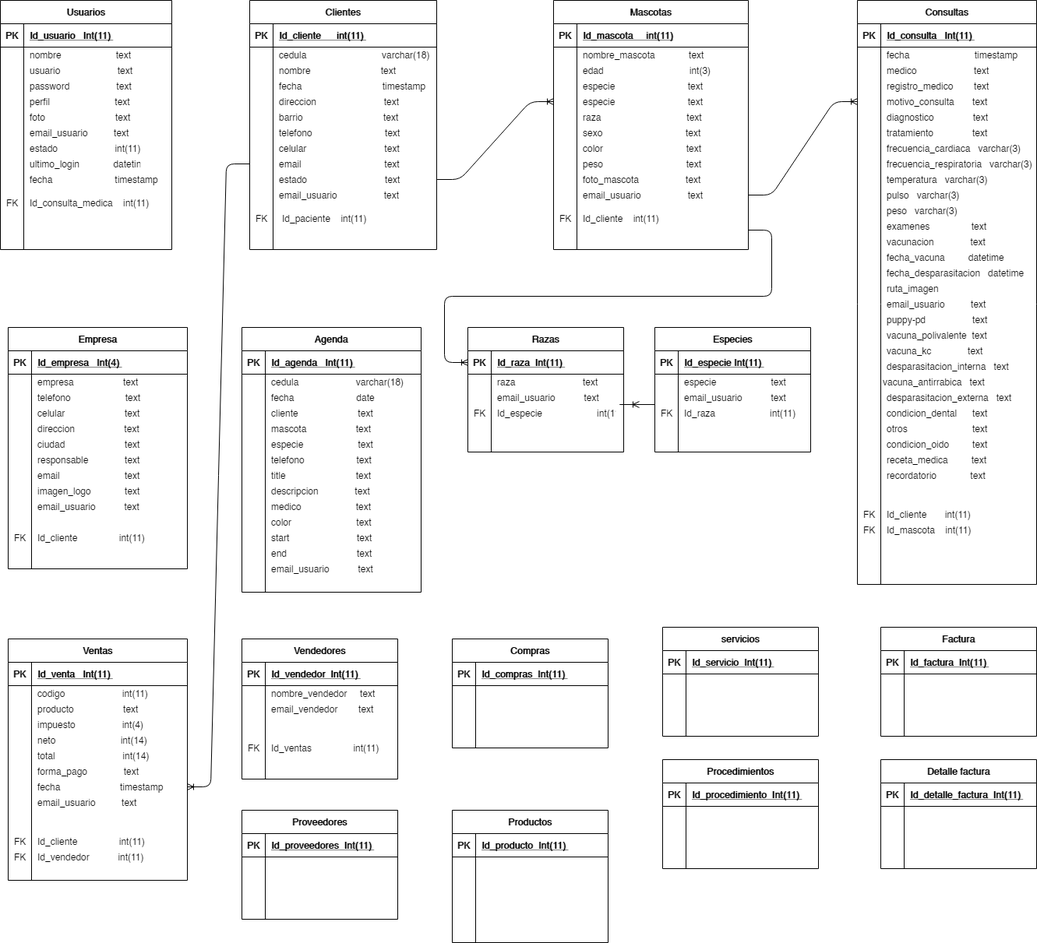
This is Untitled Diagram.png from heberthm/ejemplos-blog, a draw.io export, as it was before one commit. Source tidied: cells renumbered, new cells last; positions are measured from the earlier drawing's top-left corner, leaving out a move shared by most shapes.
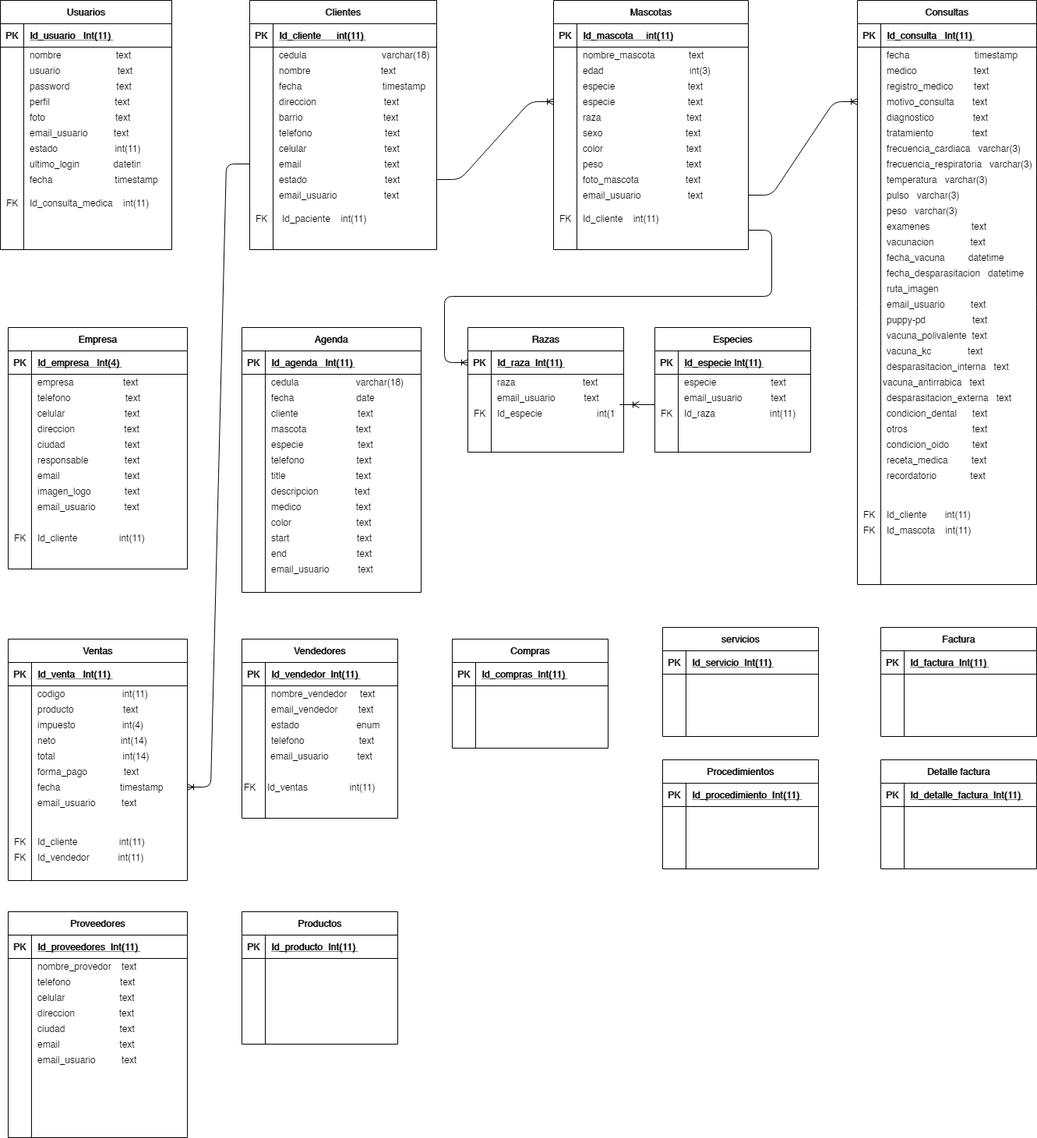
Later version of the same file.

Change to the diagram source:
```diff
@@ -830,7 +830,7 @@
       <mxGeometry x="10" y="1090" width="40" height="20" as="geometry" />
     </mxCell>
     <mxCell id="277" value="Vendedores" style="shape=table;startSize=30;rowLines=0;fontStyle=1;align=center;" parent="1" vertex="1">
-      <mxGeometry x="310" y="820" width="200" height="180" as="geometry" />
+      <mxGeometry x="310" y="820" width="200" height="230" as="geometry" />
     </mxCell>
     <mxCell id="278" style="shape=partialRectangle;fillColor=none;top=0;left=0;bottom=1;right=0;" parent="277" vertex="1">
       <mxGeometry y="30" width="200" height="30" as="geometry" />
@@ -860,10 +860,10 @@
       <mxGeometry x="30" width="170" height="20" as="geometry" />
     </mxCell>
     <mxCell id="287" value="Id_ventas                int(11)" style="shape=partialRectangle;overflow=hidden;fillColor=none;top=0;left=0;bottom=0;right=0;align=left;spacingLeft=6;" parent="1" vertex="1">
-      <mxGeometry x="340" y="950" width="210" height="20" as="geometry" />
+      <mxGeometry x="335" y="1000" width="210" height="20" as="geometry" />
     </mxCell>
     <mxCell id="288" value="FK" style="shape=partialRectangle;fillColor=none;top=0;left=0;bottom=0;right=0;align=left;spacingLeft=6;overflow=hidden;" parent="1" vertex="1">
-      <mxGeometry x="310" y="950" width="40" height="20" as="geometry" />
+      <mxGeometry x="305" y="1000" width="40" height="20" as="geometry" />
     </mxCell>
     <mxCell id="289" value="servicios" style="shape=table;startSize=30;rowLines=0;fontStyle=1;align=center;" parent="1" vertex="1">
       <mxGeometry x="850" y="805" width="200" height="140" as="geometry" />
@@ -901,30 +901,6 @@
     <mxCell id="300" value="Id_compras  Int(11) " style="shape=partialRectangle;fillColor=none;top=0;left=0;bottom=0;right=0;align=left;spacingLeft=6;fontStyle=5;overflow=hidden;" parent="298" vertex="1">
       <mxGeometry x="30" width="170" height="30" as="geometry" />
     </mxCell>
-    <mxCell id="301" value="Proveedores" style="shape=table;startSize=30;rowLines=0;fontStyle=1;align=center;" parent="1" vertex="1">
-      <mxGeometry x="310" y="1040" width="200" height="140" as="geometry" />
-    </mxCell>
-    <mxCell id="302" style="shape=partialRectangle;fillColor=none;top=0;left=0;bottom=1;right=0;" parent="301" vertex="1">
-      <mxGeometry y="30" width="200" height="30" as="geometry" />
-    </mxCell>
-    <mxCell id="303" value="PK" style="shape=partialRectangle;fillColor=none;top=0;left=0;bottom=0;right=0;fontStyle=1;overflow=hidden;" parent="302" vertex="1">
-      <mxGeometry width="30" height="30" as="geometry" />
-    </mxCell>
-    <mxCell id="304" value="Id_proveedores  Int(11) " style="shape=partialRectangle;fillColor=none;top=0;left=0;bottom=0;right=0;align=left;spacingLeft=6;fontStyle=5;overflow=hidden;" parent="302" vertex="1">
-      <mxGeometry x="30" width="170" height="30" as="geometry" />
-    </mxCell>
-    <mxCell id="305" value="Productos" style="shape=table;startSize=30;rowLines=0;fontStyle=1;align=center;" parent="1" vertex="1">
-      <mxGeometry x="580" y="1040" width="200" height="170" as="geometry" />
-    </mxCell>
-    <mxCell id="306" style="shape=partialRectangle;fillColor=none;top=0;left=0;bottom=1;right=0;" parent="305" vertex="1">
-      <mxGeometry y="30" width="200" height="30" as="geometry" />
-    </mxCell>
-    <mxCell id="307" value="PK" style="shape=partialRectangle;fillColor=none;top=0;left=0;bottom=0;right=0;fontStyle=1;overflow=hidden;" parent="306" vertex="1">
-      <mxGeometry width="30" height="30" as="geometry" />
-    </mxCell>
-    <mxCell id="308" value="Id_producto  Int(11) " style="shape=partialRectangle;fillColor=none;top=0;left=0;bottom=0;right=0;align=left;spacingLeft=6;fontStyle=5;overflow=hidden;" parent="306" vertex="1">
-      <mxGeometry x="30" width="170" height="30" as="geometry" />
-    </mxCell>
     <mxCell id="309" value="Factura" style="shape=table;startSize=30;rowLines=0;fontStyle=1;align=center;" parent="1" vertex="1">
       <mxGeometry x="1130" y="805" width="200" height="140" as="geometry" />
     </mxCell>
@@ -958,5 +934,74 @@
         <mxPoint x="820" y="519" as="targetPoint" />
       </mxGeometry>
     </mxCell>
+    <mxCell id="301" value="Proveedores" style="shape=table;startSize=30;rowLines=0;fontStyle=1;align=center;" parent="1" vertex="1">
+      <mxGeometry x="10" y="1170" width="230" height="290" as="geometry" />
+    </mxCell>
+    <mxCell id="302" style="shape=partialRectangle;fillColor=none;top=0;left=0;bottom=1;right=0;" parent="301" vertex="1">
+      <mxGeometry y="30" width="230" height="30" as="geometry" />
+    </mxCell>
+    <mxCell id="303" value="PK" style="shape=partialRectangle;fillColor=none;top=0;left=0;bottom=0;right=0;fontStyle=1;overflow=hidden;" parent="302" vertex="1">
+      <mxGeometry width="30" height="30" as="geometry" />
+    </mxCell>
+    <mxCell id="304" value="Id_proveedores  Int(11) " style="shape=partialRectangle;fillColor=none;top=0;left=0;bottom=0;right=0;align=left;spacingLeft=6;fontStyle=5;overflow=hidden;" parent="302" vertex="1">
+      <mxGeometry x="30" width="200" height="30" as="geometry" />
+    </mxCell>
+    <mxCell id="319" style="shape=partialRectangle;fillColor=none;top=0;left=0;bottom=0;right=0;" parent="301" vertex="1">
+      <mxGeometry y="60" width="230" height="20" as="geometry" />
+    </mxCell>
+    <mxCell id="320" style="shape=partialRectangle;fillColor=none;top=0;left=0;bottom=0;right=0;overflow=hidden;" parent="319" vertex="1">
+      <mxGeometry width="30" height="20" as="geometry" />
+    </mxCell>
+    <mxCell id="321" style="shape=partialRectangle;fillColor=none;top=0;left=0;bottom=0;right=0;align=left;spacingLeft=6;overflow=hidden;" parent="319" vertex="1">
+      <mxGeometry x="30" width="200" height="20" as="geometry" />
+    </mxCell>
+    <mxCell id="322" value="nombre_provedor    text" style="shape=partialRectangle;fillColor=none;top=0;left=0;bottom=0;right=0;align=left;spacingLeft=6;overflow=hidden;" parent="1" vertex="1">
+      <mxGeometry x="40" y="1230" width="170" height="20" as="geometry" />
+    </mxCell>
+    <mxCell id="323" value="telefono                   text" style="shape=partialRectangle;fillColor=none;top=0;left=0;bottom=0;right=0;align=left;spacingLeft=6;overflow=hidden;" parent="1" vertex="1">
+      <mxGeometry x="40" y="1250" width="170" height="20" as="geometry" />
+    </mxCell>
+    <mxCell id="324" value="celular                     text" style="shape=partialRectangle;fillColor=none;top=0;left=0;bottom=0;right=0;align=left;spacingLeft=6;overflow=hidden;" parent="1" vertex="1">
+      <mxGeometry x="40" y="1270" width="170" height="20" as="geometry" />
+    </mxCell>
+    <mxCell id="325" value="direccion                 text" style="shape=partialRectangle;fillColor=none;top=0;left=0;bottom=0;right=0;align=left;spacingLeft=6;overflow=hidden;" parent="1" vertex="1">
+      <mxGeometry x="40" y="1290" width="170" height="20" as="geometry" />
+    </mxCell>
+    <mxCell id="326" value="ciudad                     text" style="shape=partialRectangle;fillColor=none;top=0;left=0;bottom=0;right=0;align=left;spacingLeft=6;overflow=hidden;" parent="1" vertex="1">
+      <mxGeometry x="40" y="1310" width="170" height="20" as="geometry" />
+    </mxCell>
+    <mxCell id="327" value="email                       text" style="shape=partialRectangle;fillColor=none;top=0;left=0;bottom=0;right=0;align=left;spacingLeft=6;overflow=hidden;" parent="1" vertex="1">
+      <mxGeometry x="40" y="1330" width="170" height="20" as="geometry" />
+    </mxCell>
+    <mxCell id="328" value="email_usuario          text" style="shape=partialRectangle;fillColor=none;top=0;left=0;bottom=0;right=0;align=left;spacingLeft=6;overflow=hidden;" parent="1" vertex="1">
+      <mxGeometry x="40" y="1350" width="200" height="20" as="geometry" />
+    </mxCell>
+    <mxCell id="305" value="Productos" style="shape=table;startSize=30;rowLines=0;fontStyle=1;align=center;" parent="1" vertex="1">
+      <mxGeometry x="310" y="1170" width="200" height="170" as="geometry" />
+    </mxCell>
+    <mxCell id="306" style="shape=partialRectangle;fillColor=none;top=0;left=0;bottom=1;right=0;" parent="305" vertex="1">
+      <mxGeometry y="30" width="200" height="30" as="geometry" />
+    </mxCell>
+    <mxCell id="307" value="PK" style="shape=partialRectangle;fillColor=none;top=0;left=0;bottom=0;right=0;fontStyle=1;overflow=hidden;" parent="306" vertex="1">
+      <mxGeometry width="30" height="30" as="geometry" />
+    </mxCell>
+    <mxCell id="308" value="Id_producto  Int(11) " style="shape=partialRectangle;fillColor=none;top=0;left=0;bottom=0;right=0;align=left;spacingLeft=6;fontStyle=5;overflow=hidden;" parent="306" vertex="1">
+      <mxGeometry x="30" width="170" height="30" as="geometry" />
+    </mxCell>
+    <mxCell id="329" style="shape=partialRectangle;fillColor=none;top=0;left=0;bottom=0;right=0;" parent="1" vertex="1">
+      <mxGeometry x="310" y="920" width="200" height="20" as="geometry" />
+    </mxCell>
+    <mxCell id="330" style="shape=partialRectangle;fillColor=none;top=0;left=0;bottom=0;right=0;overflow=hidden;" parent="329" vertex="1">
+      <mxGeometry width="30" height="20" as="geometry" />
+    </mxCell>
+    <mxCell id="331" value="estado                      enum" style="shape=partialRectangle;fillColor=none;top=0;left=0;bottom=0;right=0;align=left;spacingLeft=6;overflow=hidden;" parent="329" vertex="1">
+      <mxGeometry x="30" width="170" height="20" as="geometry" />
+    </mxCell>
+    <mxCell id="332" value="email_usuario           text" style="shape=partialRectangle;fillColor=none;top=0;left=0;bottom=0;right=0;align=left;spacingLeft=6;overflow=hidden;" parent="1" vertex="1">
+      <mxGeometry x="339" y="960" width="200" height="20" as="geometry" />
+    </mxCell>
+    <mxCell id="333" value="telefono                     text" style="shape=partialRectangle;fillColor=none;top=0;left=0;bottom=0;right=0;align=left;spacingLeft=6;overflow=hidden;" parent="1" vertex="1">
+      <mxGeometry x="340" y="940" width="170" height="20" as="geometry" />
+    </mxCell>
   </root>
 </mxGraphModel>
```
